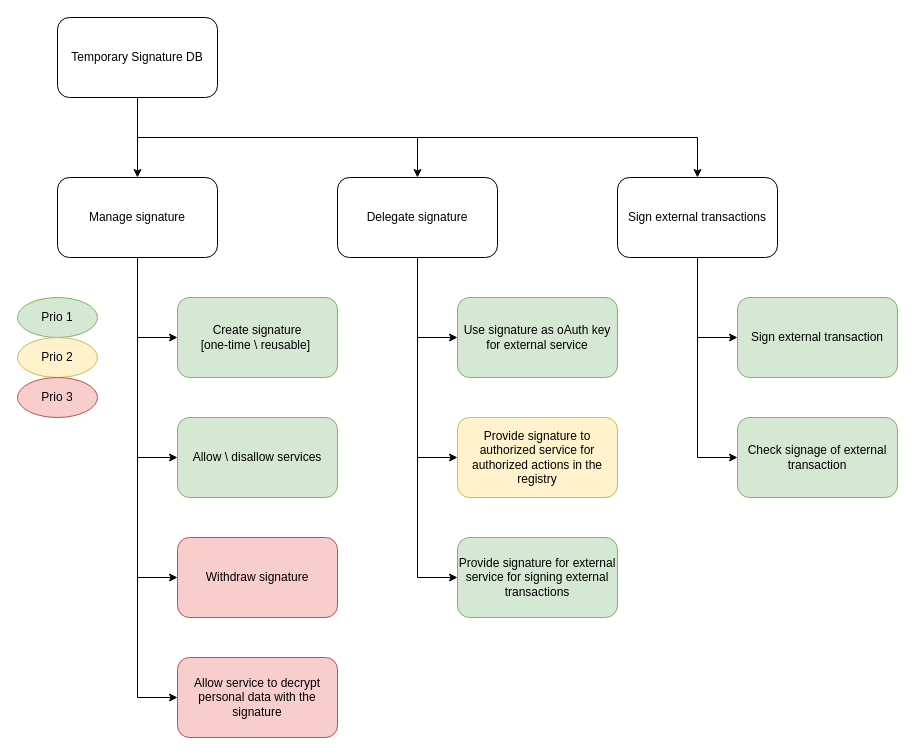
Above: page "C: Auth \ Signature DB" (4 of 7) of architecture/crdesign.drawio in markvandal/ds.info (draw.io), before the change. Source tidied: cells renumbered, new cells numbered last; positions are measured from the earlier drawing's top-left corner, leaving out a move shared by most shapes. Both pictures are drawn from the tidied source at 100%, with x=0, y=0 at pixel (17, 17).
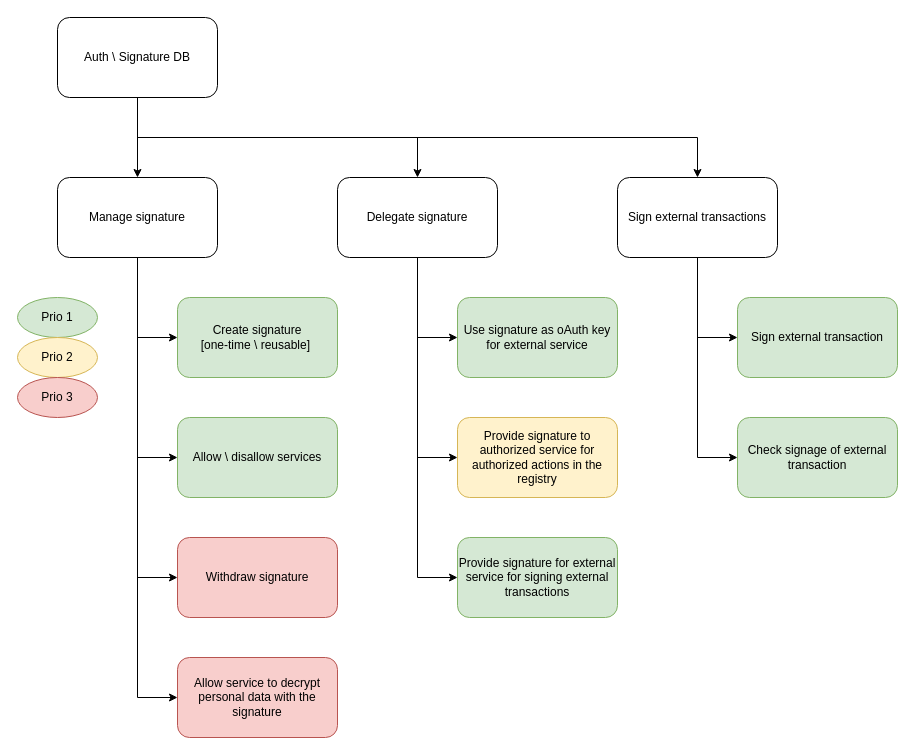
Above is the later version.

Diff of the diagram source:
```diff
@@
-    <mxCell id="5" value="Temporary Signature DB" style="rounded=1;whiteSpace=wrap;html=1;" parent="1" vertex="1">
+    <mxCell id="5" value="Auth \ Signature DB" style="rounded=1;whiteSpace=wrap;html=1;" parent="1" vertex="1">
       <mxGeometry x="40" width="160" height="80" as="geometry" />
     </mxCell>
```
